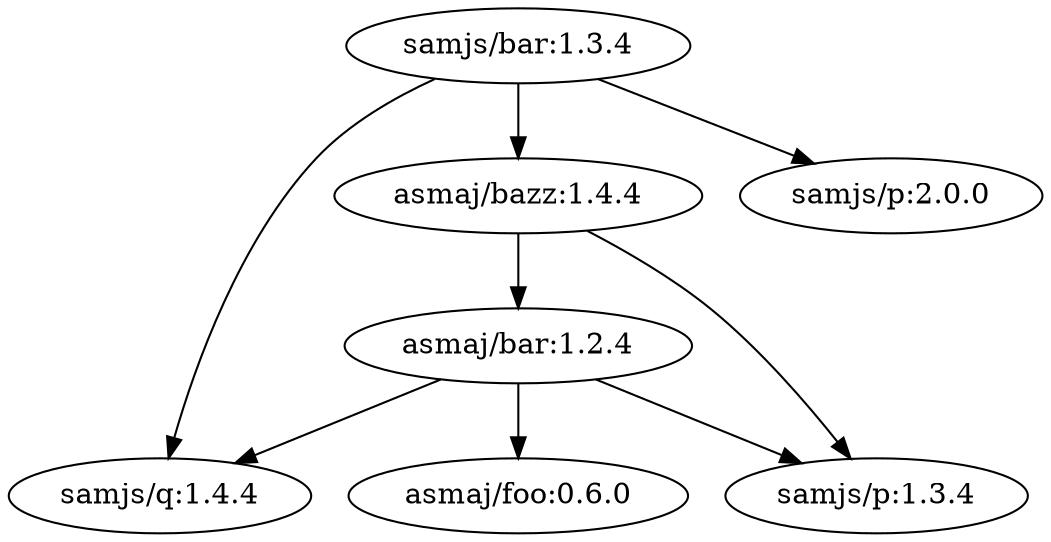
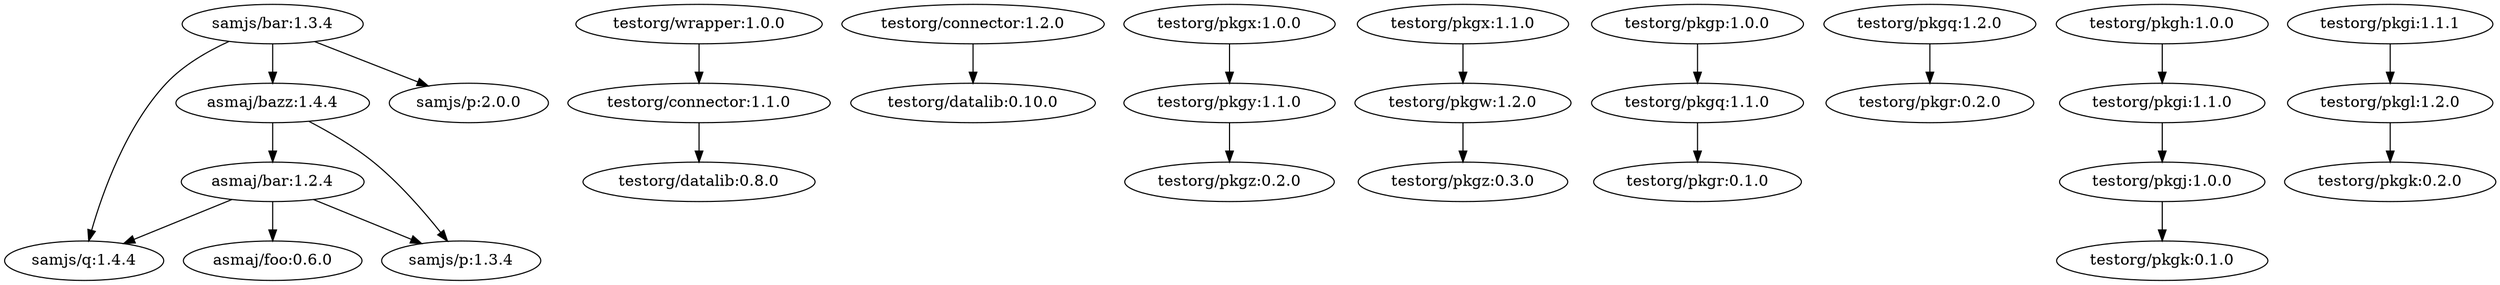
digraph central {

    subgraph "asmaj/foo:0.6.0" {
    }
    subgraph "asmaj/foo:0.7.0" {
    }

    subgraph "asmaj/bar:1.2.4" {
        "asmaj/bar:1.2.4" -> "asmaj/foo:0.6.0"
        "asmaj/bar:1.2.4" -> "samjs/p:1.3.4"
        "asmaj/bar:1.2.4" -> "samjs/q:1.4.4"
    }

    subgraph "ballerina/io:2.0.0-alpha.1" {
    }
    subgraph "ballerina/io:1.3.0-beta.1" {
    }
    subgraph "ballerina/io:1.1.0" {
    }
    subgraph "ballerina/io:1.0.2" {
    }
    subgraph "asmaj/bazz:1.4.4" {
        "asmaj/bazz:1.4.4" -> "asmaj/bar:1.2.4"
        "asmaj/bazz:1.4.4" -> "samjs/p:1.3.4"
    }

    subgraph "samjs/bar:1.3.4" {
        "samjs/bar:1.3.4" -> "asmaj/bazz:1.4.4"
        "samjs/bar:1.3.4" -> "samjs/p:2.0.0"
        "samjs/bar:1.3.4" -> "samjs/q:1.4.4"
    }

    subgraph "samjs/p:1.3.4" {
    }

    subgraph "samjs/p:2.0.0" {
    }

    subgraph "samjs/q:1.4.4" {
    }
+ 
+     subgraph "testorg/wrapper:1.0.0" {
+         "testorg/wrapper:1.0.0" -> "testorg/connector:1.1.0"
+     }
+ 
+     subgraph "testorg/connector:1.1.0" {
+         "testorg/connector:1.1.0" -> "testorg/datalib:0.8.0"
+     }
+ 
+     subgraph "testorg/connector:1.2.0" {
+         "testorg/connector:1.2.0" -> "testorg/datalib:0.10.0"
+     }
+ 
+     subgraph "testorg/datalib:0.8.0" {
+     }
+ 
+     subgraph "testorg/datalib:0.10.0" {
+     }
+ 
+     subgraph "testorg/pkgx:1.0.0" {
+         "testorg/pkgx:1.0.0" -> "testorg/pkgy:1.1.0"
+     }
+ 
+     subgraph "testorg/pkgx:1.1.0" {
+         "testorg/pkgx:1.1.0" -> "testorg/pkgw:1.2.0"
+     }
+ 
+     subgraph "testorg/pkgy:1.1.0" {
+         "testorg/pkgy:1.1.0" -> "testorg/pkgz:0.2.0"
+     }
+ 
+     subgraph "testorg/pkgw:1.2.0" {
+         "testorg/pkgw:1.2.0" -> "testorg/pkgz:0.3.0"
+     }
+ 
+     subgraph "testorg/pkgz:0.2.0" {
+     }
+ 
+     subgraph "testorg/pkgz:0.3.0" {
+     }
+ 
+     subgraph "testorg/pkgp:1.0.0" {
+         "testorg/pkgp:1.0.0" -> "testorg/pkgq:1.1.0"
+     }
+ 
+     subgraph "testorg/pkgq:1.1.0" {
+         "testorg/pkgq:1.1.0" -> "testorg/pkgr:0.1.0"
+     }
+ 
+     subgraph "testorg/pkgq:1.2.0" {
+         "testorg/pkgq:1.2.0" -> "testorg/pkgr:0.2.0"
+     }
+ 
+     subgraph "testorg/pkgr:0.1.0" {
+     }
+ 
+     subgraph "testorg/pkgr:0.2.0" {
+     }
+ 
+     subgraph "testorg/pkgh:1.0.0" {
+         "testorg/pkgh:1.0.0" -> "testorg/pkgi:1.1.0"
+     }
+ 
+     subgraph "testorg/pkgi:1.1.0" {
+         "testorg/pkgi:1.1.0" -> "testorg/pkgj:1.0.0"
+     }
+ 
+     subgraph "testorg/pkgi:1.1.1" {
+         "testorg/pkgi:1.1.1" -> "testorg/pkgl:1.2.0"
+     }
+ 
+     subgraph "testorg/pkgj:1.0.0" {
+         "testorg/pkgj:1.0.0" -> "testorg/pkgk:0.1.0"
+     }
+ 
+     subgraph "testorg/pkgl:1.2.0" {
+         "testorg/pkgl:1.2.0" -> "testorg/pkgk:0.2.0"
+     }
+ 
+     subgraph "testorg/pkgk:0.1.0" {
+     }
+ 
+     subgraph "testorg/pkgk:0.2.0" {
+     }
}

